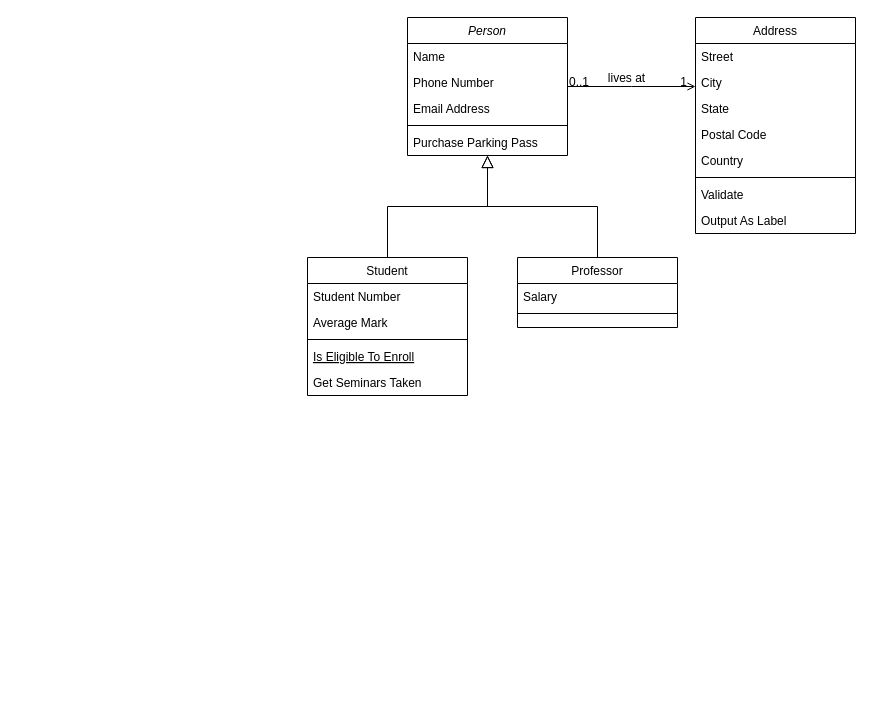
The draw.io diagram Diagrama sin título.drawio in JohnatanRamos/debt-control-api, before the edit. Source tidied: cells renumbered, new cells numbered last; positions are measured from the earlier drawing's top-left corner, leaving out a move shared by most shapes. Both pictures are drawn from the tidied source at 100%, with x=0, y=0 at pixel (307, 17).
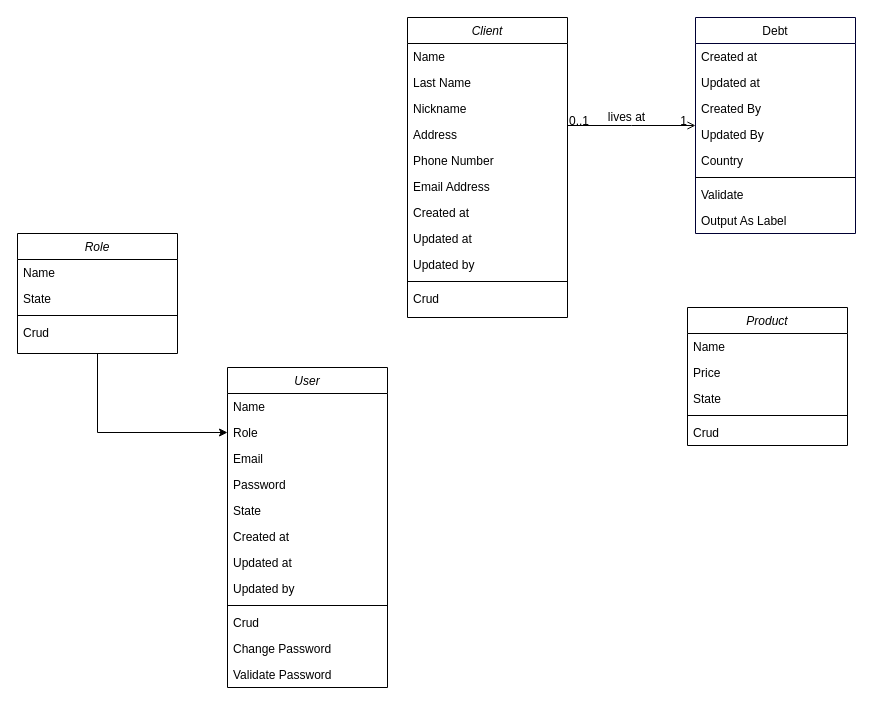
The same page after the edit.

The edit, as a diff of the source:
```diff
@@
-    <mxCell id="2" value="Person" style="swimlane;fontStyle=2;align=center;verticalAlign=top;horizontal=1;startSize=26;rounded=0;shadow=0;strokeWidth=1;" parent="1" vertex="1">
-      <mxGeometry x="100" width="160" height="138" as="geometry" />
+    <mxCell id="2" value="Client" style="swimlane;fontStyle=2;align=center;verticalAlign=top;horizontal=1;startSize=26;rounded=0;shadow=0;strokeWidth=1;labelBorderColor=none;" parent="1" vertex="1">
+      <mxGeometry x="100" width="160" height="300" as="geometry" />
     </mxCell>
-    <mxCell id="3" value="Name" style="text;align=left;verticalAlign=top;spacingLeft=4;spacingRight=4;overflow=hidden;" parent="2" vertex="1">
+    <mxCell id="3" value="Name" style="text;align=left;verticalAlign=top;spacingLeft=4;spacingRight=4;overflow=hidden;labelBorderColor=none;" parent="2" vertex="1">
       <mxGeometry y="26" width="160" height="26" as="geometry" />
     </mxCell>
+    <mxCell id="32" value="Last Name" style="text;align=left;verticalAlign=top;spacingLeft=4;spacingRight=4;overflow=hidden;labelBorderColor=none;" parent="2" vertex="1">
+      <mxGeometry y="52" width="160" height="26" as="geometry" />
+    </mxCell>
+    <mxCell id="33" value="Nickname" style="text;align=left;verticalAlign=top;spacingLeft=4;spacingRight=4;overflow=hidden;labelBorderColor=none;" parent="2" vertex="1">
+      <mxGeometry y="78" width="160" height="26" as="geometry" />
+    </mxCell>
+    <mxCell id="34" value="Address" style="text;align=left;verticalAlign=top;spacingLeft=4;spacingRight=4;overflow=hidden;labelBorderColor=none;" parent="2" vertex="1">
+      <mxGeometry y="104" width="160" height="26" as="geometry" />
+    </mxCell>
-    <mxCell id="4" value="Phone Number" style="text;align=left;verticalAlign=top;spacingLeft=4;spacingRight=4;overflow=hidden;rounded=0;shadow=0;html=0;" parent="2" vertex="1">
-      <mxGeometry y="52" width="160" height="26" as="geometry" />
+    <mxCell id="4" value="Phone Number" style="text;align=left;verticalAlign=top;spacingLeft=4;spacingRight=4;overflow=hidden;rounded=0;shadow=0;html=0;labelBorderColor=none;" parent="2" vertex="1">
+      <mxGeometry y="130" width="160" height="26" as="geometry" />
     </mxCell>
-    <mxCell id="5" value="Email Address" style="text;align=left;verticalAlign=top;spacingLeft=4;spacingRight=4;overflow=hidden;rounded=0;shadow=0;html=0;" parent="2" vertex="1">
-      <mxGeometry y="78" width="160" height="26" as="geometry" />
+    <mxCell id="5" value="Email Address" style="text;align=left;verticalAlign=top;spacingLeft=4;spacingRight=4;overflow=hidden;rounded=0;shadow=0;html=0;labelBorderColor=none;" parent="2" vertex="1">
+      <mxGeometry y="156" width="160" height="26" as="geometry" />
     </mxCell>
+    <mxCell id="35" value="Created at" style="text;align=left;verticalAlign=top;spacingLeft=4;spacingRight=4;overflow=hidden;rounded=0;shadow=0;html=0;labelBorderColor=none;" parent="2" vertex="1">
+      <mxGeometry y="182" width="160" height="26" as="geometry" />
+    </mxCell>
+    <mxCell id="36" value="Updated at" style="text;align=left;verticalAlign=top;spacingLeft=4;spacingRight=4;overflow=hidden;rounded=0;shadow=0;html=0;labelBorderColor=none;" parent="2" vertex="1">
+      <mxGeometry y="208" width="160" height="26" as="geometry" />
+    </mxCell>
+    <mxCell id="37" value="Updated by" style="text;align=left;verticalAlign=top;spacingLeft=4;spacingRight=4;overflow=hidden;rounded=0;shadow=0;html=0;labelBorderColor=none;" parent="2" vertex="1">
+      <mxGeometry y="234" width="160" height="26" as="geometry" />
+    </mxCell>
-    <mxCell id="6" style="line;html=1;strokeWidth=1;align=left;verticalAlign=middle;spacingTop=-1;spacingLeft=3;spacingRight=3;labelPosition=right;" parent="2" vertex="1">
-      <mxGeometry y="104" width="160" height="8" as="geometry" />
+    <mxCell id="6" style="line;html=1;strokeWidth=1;align=left;verticalAlign=middle;spacingTop=-1;spacingLeft=3;spacingRight=3;labelPosition=right;labelBorderColor=none;" parent="2" vertex="1">
+      <mxGeometry y="260" width="160" height="8" as="geometry" />
     </mxCell>
-    <mxCell id="7" value="Purchase Parking Pass" style="text;align=left;verticalAlign=top;spacingLeft=4;spacingRight=4;overflow=hidden;" parent="2" vertex="1">
-      <mxGeometry y="112" width="160" height="26" as="geometry" />
+    <mxCell id="7" value="Crud" style="text;align=left;verticalAlign=top;spacingLeft=4;spacingRight=4;overflow=hidden;labelBorderColor=none;" parent="2" vertex="1">
+      <mxGeometry y="268" width="160" height="20" as="geometry" />
     </mxCell>
-    <mxCell id="8" value="Student" style="swimlane;fontStyle=0;align=center;verticalAlign=top;horizontal=1;startSize=26;rounded=0;shadow=0;strokeWidth=1;" parent="1" vertex="1">
-      <mxGeometry y="240" width="160" height="138" as="geometry" />
-    </mxCell>
-    <mxCell id="9" value="Student Number" style="text;align=left;verticalAlign=top;spacingLeft=4;spacingRight=4;overflow=hidden;" parent="8" vertex="1">
-      <mxGeometry y="26" width="160" height="26" as="geometry" />
-    </mxCell>
-    <mxCell id="10" value="Average Mark" style="text;align=left;verticalAlign=top;spacingLeft=4;spacingRight=4;overflow=hidden;rounded=0;shadow=0;html=0;" parent="8" vertex="1">
-      <mxGeometry y="52" width="160" height="26" as="geometry" />
-    </mxCell>
-    <mxCell id="11" style="line;html=1;strokeWidth=1;align=left;verticalAlign=middle;spacingTop=-1;spacingLeft=3;spacingRight=3;labelPosition=right;" parent="8" vertex="1">
-      <mxGeometry y="78" width="160" height="8" as="geometry" />
-    </mxCell>
-    <mxCell id="12" value="Is Eligible To Enroll" style="text;align=left;verticalAlign=top;spacingLeft=4;spacingRight=4;overflow=hidden;fontStyle=4;" parent="8" vertex="1">
-      <mxGeometry y="86" width="160" height="26" as="geometry" />
-    </mxCell>
-    <mxCell id="13" value="Get Seminars Taken" style="text;align=left;verticalAlign=top;spacingLeft=4;spacingRight=4;overflow=hidden;" parent="8" vertex="1">
-      <mxGeometry y="112" width="160" height="26" as="geometry" />
-    </mxCell>
-    <mxCell id="14" style="endArrow=block;endSize=10;endFill=0;shadow=0;strokeWidth=1;rounded=0;edgeStyle=elbowEdgeStyle;elbow=vertical;" parent="1" edge="1" source="8" target="2">
-      <mxGeometry relative="1" as="geometry" />
-    </mxCell>
-    <mxCell id="15" value="Professor" style="swimlane;fontStyle=0;align=center;verticalAlign=top;horizontal=1;startSize=26;rounded=0;shadow=0;strokeWidth=1;" parent="1" vertex="1">
-      <mxGeometry x="210" y="240" width="160" height="70" as="geometry" />
-    </mxCell>
-    <mxCell id="16" value="Salary" style="text;align=left;verticalAlign=top;spacingLeft=4;spacingRight=4;overflow=hidden;" parent="15" vertex="1">
-      <mxGeometry y="26" width="160" height="26" as="geometry" />
-    </mxCell>
-    <mxCell id="17" style="line;html=1;strokeWidth=1;align=left;verticalAlign=middle;spacingTop=-1;spacingLeft=3;spacingRight=3;labelPosition=right;" parent="15" vertex="1">
-      <mxGeometry y="52" width="160" height="8" as="geometry" />
-    </mxCell>
-    <mxCell id="18" style="endArrow=block;endSize=10;endFill=0;shadow=0;strokeWidth=1;rounded=0;edgeStyle=elbowEdgeStyle;elbow=vertical;" parent="1" edge="1" source="15" target="2">
-      <mxGeometry relative="1" as="geometry" />
-    </mxCell>
-    <mxCell id="19" value="Address" style="swimlane;fontStyle=0;align=center;verticalAlign=top;horizontal=1;startSize=26;rounded=0;shadow=0;strokeWidth=1;" parent="1" vertex="1">
+    <mxCell id="19" value="Debt" style="swimlane;fontStyle=0;align=center;verticalAlign=top;horizontal=1;startSize=26;rounded=0;shadow=0;strokeWidth=1;strokeColor=#000033;labelBorderColor=none;" parent="1" vertex="1">
       <mxGeometry x="388" width="160" height="216" as="geometry" />
     </mxCell>
-    <mxCell id="20" value="Street" style="text;align=left;verticalAlign=top;spacingLeft=4;spacingRight=4;overflow=hidden;" parent="19" vertex="1">
+    <mxCell id="20" value="Created at" style="text;align=left;verticalAlign=top;spacingLeft=4;spacingRight=4;overflow=hidden;labelBorderColor=none;" parent="19" vertex="1">
       <mxGeometry y="26" width="160" height="26" as="geometry" />
     </mxCell>
-    <mxCell id="21" value="City" style="text;align=left;verticalAlign=top;spacingLeft=4;spacingRight=4;overflow=hidden;rounded=0;shadow=0;html=0;" parent="19" vertex="1">
+    <mxCell id="21" value="Updated at" style="text;align=left;verticalAlign=top;spacingLeft=4;spacingRight=4;overflow=hidden;rounded=0;shadow=0;html=0;labelBorderColor=none;" parent="19" vertex="1">
       <mxGeometry y="52" width="160" height="26" as="geometry" />
     </mxCell>
-    <mxCell id="22" value="State" style="text;align=left;verticalAlign=top;spacingLeft=4;spacingRight=4;overflow=hidden;rounded=0;shadow=0;html=0;" parent="19" vertex="1">
+    <mxCell id="22" value="Created By" style="text;align=left;verticalAlign=top;spacingLeft=4;spacingRight=4;overflow=hidden;rounded=0;shadow=0;html=0;labelBorderColor=none;" parent="19" vertex="1">
       <mxGeometry y="78" width="160" height="26" as="geometry" />
     </mxCell>
-    <mxCell id="23" value="Postal Code" style="text;align=left;verticalAlign=top;spacingLeft=4;spacingRight=4;overflow=hidden;rounded=0;shadow=0;html=0;" parent="19" vertex="1">
+    <mxCell id="23" value="Updated By" style="text;align=left;verticalAlign=top;spacingLeft=4;spacingRight=4;overflow=hidden;rounded=0;shadow=0;html=0;labelBorderColor=none;" parent="19" vertex="1">
       <mxGeometry y="104" width="160" height="26" as="geometry" />
     </mxCell>
-    <mxCell id="24" value="Country" style="text;align=left;verticalAlign=top;spacingLeft=4;spacingRight=4;overflow=hidden;rounded=0;shadow=0;html=0;" parent="19" vertex="1">
+    <mxCell id="24" value="Country" style="text;align=left;verticalAlign=top;spacingLeft=4;spacingRight=4;overflow=hidden;rounded=0;shadow=0;html=0;labelBorderColor=none;" parent="19" vertex="1">
       <mxGeometry y="130" width="160" height="26" as="geometry" />
     </mxCell>
-    <mxCell id="25" style="line;html=1;strokeWidth=1;align=left;verticalAlign=middle;spacingTop=-1;spacingLeft=3;spacingRight=3;labelPosition=right;" parent="19" vertex="1">
+    <mxCell id="25" style="line;html=1;strokeWidth=1;align=left;verticalAlign=middle;spacingTop=-1;spacingLeft=3;spacingRight=3;labelPosition=right;labelBorderColor=none;" parent="19" vertex="1">
       <mxGeometry y="156" width="160" height="8" as="geometry" />
     </mxCell>
-    <mxCell id="26" value="Validate" style="text;align=left;verticalAlign=top;spacingLeft=4;spacingRight=4;overflow=hidden;" parent="19" vertex="1">
+    <mxCell id="26" value="Validate" style="text;align=left;verticalAlign=top;spacingLeft=4;spacingRight=4;overflow=hidden;labelBorderColor=none;" parent="19" vertex="1">
       <mxGeometry y="164" width="160" height="26" as="geometry" />
     </mxCell>
-    <mxCell id="27" value="Output As Label" style="text;align=left;verticalAlign=top;spacingLeft=4;spacingRight=4;overflow=hidden;" parent="19" vertex="1">
+    <mxCell id="27" value="Output As Label" style="text;align=left;verticalAlign=top;spacingLeft=4;spacingRight=4;overflow=hidden;labelBorderColor=none;" parent="19" vertex="1">
       <mxGeometry y="190" width="160" height="26" as="geometry" />
     </mxCell>
-    <mxCell id="28" style="endArrow=open;shadow=0;strokeWidth=1;rounded=0;endFill=1;edgeStyle=elbowEdgeStyle;elbow=vertical;" parent="1" edge="1" source="2" target="19">
+    <mxCell id="28" style="endArrow=open;shadow=0;strokeWidth=1;rounded=0;endFill=1;edgeStyle=elbowEdgeStyle;elbow=vertical;labelBorderColor=none;" parent="1" edge="1" source="2" target="19">
       <mxGeometry x="0.5" y="41" relative="1" as="geometry">
         <mxPoint x="-40" y="32" as="offset" />
       </mxGeometry>
     </mxCell>
-    <mxCell id="29" value="0..1" style="align=left;verticalAlign=bottom;labelBackgroundColor=none;fontSize=12;" parent="28" vertex="1">
+    <mxCell id="29" value="0..1" style="align=left;verticalAlign=bottom;labelBackgroundColor=none;fontSize=12;labelBorderColor=none;" parent="28" vertex="1">
       <mxGeometry x="-1" relative="1" as="geometry">
         <mxPoint y="4" as="offset" />
       </mxGeometry>
     </mxCell>
-    <mxCell id="30" value="1" style="align=right;verticalAlign=bottom;labelBackgroundColor=none;fontSize=12;" parent="28" vertex="1">
+    <mxCell id="30" value="1" style="align=right;verticalAlign=bottom;labelBackgroundColor=none;fontSize=12;labelBorderColor=none;" parent="28" vertex="1">
       <mxGeometry x="1" relative="1" as="geometry">
         <mxPoint x="-7" y="4" as="offset" />
       </mxGeometry>
     </mxCell>
-    <mxCell id="31" value="lives at" style="text;html=1;align=center;verticalAlign=middle;labelBackgroundColor=none;rounded=0;shadow=0;strokeWidth=1;fontSize=12;" parent="28" vertex="1">
+    <mxCell id="31" value="lives at" style="text;html=1;align=center;verticalAlign=middle;labelBackgroundColor=none;rounded=0;shadow=0;strokeWidth=1;fontSize=12;labelBorderColor=none;" parent="28" vertex="1">
       <mxGeometry x="0.5" y="49" relative="1" as="geometry">
         <mxPoint x="-38" y="40" as="offset" />
       </mxGeometry>
     </mxCell>
+    <mxCell id="38" value="Product" style="swimlane;fontStyle=2;align=center;verticalAlign=top;horizontal=1;startSize=26;rounded=0;shadow=0;strokeWidth=1;labelBorderColor=none;" parent="1" vertex="1">
+      <mxGeometry x="380" y="290" width="160" height="138" as="geometry" />
+    </mxCell>
+    <mxCell id="39" value="Name" style="text;align=left;verticalAlign=top;spacingLeft=4;spacingRight=4;overflow=hidden;labelBorderColor=none;" parent="38" vertex="1">
+      <mxGeometry y="26" width="160" height="26" as="geometry" />
+    </mxCell>
+    <mxCell id="40" value="Price" style="text;align=left;verticalAlign=top;spacingLeft=4;spacingRight=4;overflow=hidden;rounded=0;shadow=0;html=0;labelBorderColor=none;" parent="38" vertex="1">
+      <mxGeometry y="52" width="160" height="26" as="geometry" />
+    </mxCell>
+    <mxCell id="41" value="State" style="text;align=left;verticalAlign=top;spacingLeft=4;spacingRight=4;overflow=hidden;rounded=0;shadow=0;html=0;labelBorderColor=none;" parent="38" vertex="1">
+      <mxGeometry y="78" width="160" height="26" as="geometry" />
+    </mxCell>
+    <mxCell id="42" style="line;html=1;strokeWidth=1;align=left;verticalAlign=middle;spacingTop=-1;spacingLeft=3;spacingRight=3;labelPosition=right;labelBorderColor=none;" parent="38" vertex="1">
+      <mxGeometry y="104" width="160" height="8" as="geometry" />
+    </mxCell>
+    <mxCell id="43" value="Crud" style="text;align=left;verticalAlign=top;spacingLeft=4;spacingRight=4;overflow=hidden;labelBorderColor=none;" parent="38" vertex="1">
+      <mxGeometry y="112" width="160" height="26" as="geometry" />
+    </mxCell>
+    <mxCell id="44" value="User" style="swimlane;fontStyle=2;align=center;verticalAlign=top;horizontal=1;startSize=26;rounded=0;shadow=0;strokeWidth=1;labelBorderColor=none;" parent="1" vertex="1">
+      <mxGeometry x="-80" y="350" width="160" height="320" as="geometry" />
+    </mxCell>
+    <mxCell id="45" value="Name" style="text;align=left;verticalAlign=top;spacingLeft=4;spacingRight=4;overflow=hidden;labelBorderColor=none;" parent="44" vertex="1">
+      <mxGeometry y="26" width="160" height="26" as="geometry" />
+    </mxCell>
+    <mxCell id="46" value="Role" style="text;align=left;verticalAlign=top;spacingLeft=4;spacingRight=4;overflow=hidden;points=[[0,0.5],[1,0.5]];portConstraint=eastwest;rounded=0;shadow=0;html=0;labelBorderColor=none;" parent="44" vertex="1">
+      <mxGeometry y="52" width="160" height="26" as="geometry" />
+    </mxCell>
+    <mxCell id="47" value="Email" style="text;align=left;verticalAlign=top;spacingLeft=4;spacingRight=4;overflow=hidden;rounded=0;shadow=0;html=0;labelBorderColor=none;" parent="44" vertex="1">
+      <mxGeometry y="78" width="160" height="26" as="geometry" />
+    </mxCell>
+    <mxCell id="48" value="Password" style="text;align=left;verticalAlign=top;spacingLeft=4;spacingRight=4;overflow=hidden;rounded=0;shadow=0;html=0;labelBorderColor=none;" parent="44" vertex="1">
+      <mxGeometry y="104" width="160" height="26" as="geometry" />
+    </mxCell>
+    <mxCell id="49" value="State" style="text;align=left;verticalAlign=top;spacingLeft=4;spacingRight=4;overflow=hidden;rounded=0;shadow=0;html=0;labelBorderColor=none;" parent="44" vertex="1">
+      <mxGeometry y="130" width="160" height="26" as="geometry" />
+    </mxCell>
+    <mxCell id="50" value="Created at" style="text;align=left;verticalAlign=top;spacingLeft=4;spacingRight=4;overflow=hidden;rounded=0;shadow=0;html=0;labelBorderColor=none;" parent="44" vertex="1">
+      <mxGeometry y="156" width="160" height="26" as="geometry" />
+    </mxCell>
+    <mxCell id="51" value="Updated at" style="text;align=left;verticalAlign=top;spacingLeft=4;spacingRight=4;overflow=hidden;rounded=0;shadow=0;html=0;labelBorderColor=none;" parent="44" vertex="1">
+      <mxGeometry y="182" width="160" height="26" as="geometry" />
+    </mxCell>
+    <mxCell id="52" value="Updated by" style="text;align=left;verticalAlign=top;spacingLeft=4;spacingRight=4;overflow=hidden;rounded=0;shadow=0;html=0;labelBorderColor=none;" parent="44" vertex="1">
+      <mxGeometry y="208" width="160" height="26" as="geometry" />
+    </mxCell>
+    <mxCell id="53" style="line;html=1;strokeWidth=1;align=left;verticalAlign=middle;spacingTop=-1;spacingLeft=3;spacingRight=3;labelPosition=right;labelBorderColor=none;" parent="44" vertex="1">
+      <mxGeometry y="234" width="160" height="8" as="geometry" />
+    </mxCell>
+    <mxCell id="54" value="Crud" style="text;align=left;verticalAlign=top;spacingLeft=4;spacingRight=4;overflow=hidden;labelBorderColor=none;" parent="44" vertex="1">
+      <mxGeometry y="242" width="160" height="26" as="geometry" />
+    </mxCell>
+    <mxCell id="55" value="Change Password" style="text;align=left;verticalAlign=top;spacingLeft=4;spacingRight=4;overflow=hidden;labelBorderColor=none;" parent="44" vertex="1">
+      <mxGeometry y="268" width="160" height="26" as="geometry" />
+    </mxCell>
+    <mxCell id="56" value="Validate Password" style="text;align=left;verticalAlign=top;spacingLeft=4;spacingRight=4;overflow=hidden;labelBorderColor=none;" parent="44" vertex="1">
+      <mxGeometry y="294" width="160" height="26" as="geometry" />
+    </mxCell>
+    <mxCell id="57" style="edgeStyle=orthogonalEdgeStyle;rounded=0;jettySize=auto;html=1;" parent="1" edge="1" source="58" target="46">
+      <mxGeometry relative="1" as="geometry" />
+    </mxCell>
+    <mxCell id="58" value="Role" style="swimlane;fontStyle=2;align=center;verticalAlign=top;horizontal=1;startSize=26;rounded=0;shadow=0;strokeWidth=1;labelBorderColor=none;" parent="1" vertex="1">
+      <mxGeometry x="-290" y="216" width="160" height="120" as="geometry" />
+    </mxCell>
+    <mxCell id="59" value="Name" style="text;align=left;verticalAlign=top;spacingLeft=4;spacingRight=4;overflow=hidden;labelBorderColor=none;" parent="58" vertex="1">
+      <mxGeometry y="26" width="160" height="26" as="geometry" />
+    </mxCell>
+    <mxCell id="60" value="State" style="text;align=left;verticalAlign=top;spacingLeft=4;spacingRight=4;overflow=hidden;rounded=0;shadow=0;html=0;labelBorderColor=none;" parent="58" vertex="1">
+      <mxGeometry y="52" width="160" height="26" as="geometry" />
+    </mxCell>
+    <mxCell id="61" style="line;html=1;strokeWidth=1;align=left;verticalAlign=middle;spacingTop=-1;spacingLeft=3;spacingRight=3;labelPosition=right;labelBorderColor=none;" parent="58" vertex="1">
+      <mxGeometry y="78" width="160" height="8" as="geometry" />
+    </mxCell>
+    <mxCell id="62" value="Crud" style="text;align=left;verticalAlign=top;spacingLeft=4;spacingRight=4;overflow=hidden;labelBorderColor=none;" parent="58" vertex="1">
+      <mxGeometry y="86" width="160" height="30" as="geometry" />
+    </mxCell>
```
